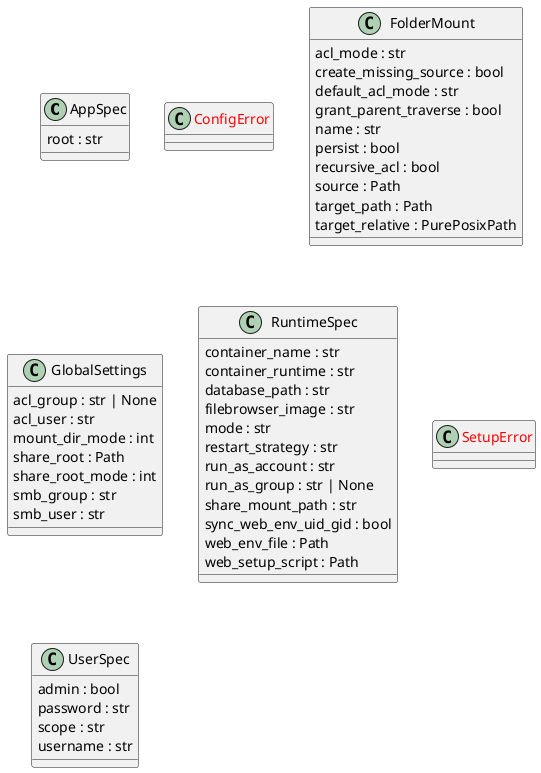
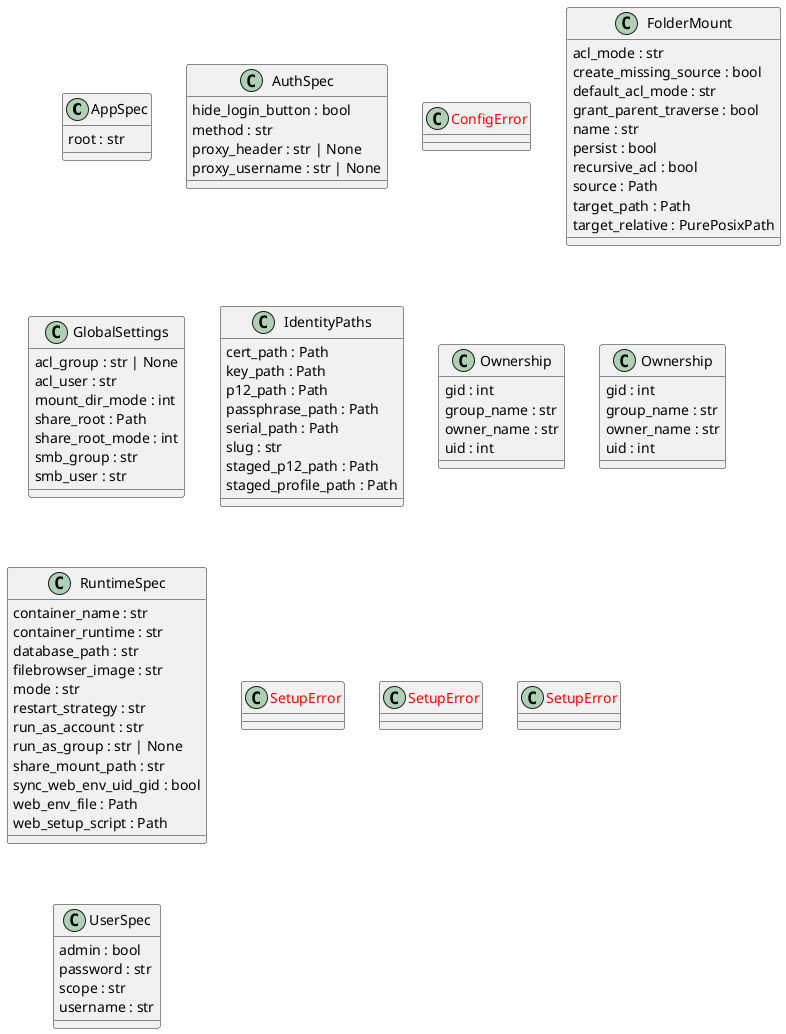
@startuml classes_snowbridge
set namespaceSeparator none
class "AppSpec" as setup_filebrowser_access.AppSpec {
  root : str
+ }
+ class "AuthSpec" as setup_filebrowser_access.AuthSpec {
+   hide_login_button : bool
+   method : str
+   proxy_header : str | None
+   proxy_username : str | None
}
class "<color:red>ConfigError</color>" as setup_bind_share.ConfigError {
}
class "FolderMount" as setup_bind_share.FolderMount {
  acl_mode : str
  create_missing_source : bool
  default_acl_mode : str
  grant_parent_traverse : bool
  name : str
  persist : bool
  recursive_acl : bool
  source : Path
  target_path : Path
  target_relative : PurePosixPath
}
class "GlobalSettings" as setup_bind_share.GlobalSettings {
  acl_group : str | None
  acl_user : str
  mount_dir_mode : int
  share_root : Path
  share_root_mode : int
  smb_group : str
  smb_user : str
}
+ class "IdentityPaths" as export_caddy_mtls_profile.IdentityPaths {
+   cert_path : Path
+   key_path : Path
+   p12_path : Path
+   passphrase_path : Path
+   serial_path : Path
+   slug : str
+   staged_p12_path : Path
+   staged_profile_path : Path
+ }
+ class "Ownership" as export_caddy_mtls_profile.Ownership {
+   gid : int
+   group_name : str
+   owner_name : str
+   uid : int
+ }
+ class "Ownership" as export_caddy_root_profile.Ownership {
+   gid : int
+   group_name : str
+   owner_name : str
+   uid : int
+ }
class "RuntimeSpec" as setup_filebrowser_access.RuntimeSpec {
  container_name : str
  container_runtime : str
  database_path : str
  filebrowser_image : str
  mode : str
  restart_strategy : str
  run_as_account : str
  run_as_group : str | None
  share_mount_path : str
  sync_web_env_uid_gid : bool
  web_env_file : Path
  web_setup_script : Path
}
+ class "<color:red>SetupError</color>" as export_caddy_mtls_profile.SetupError {
+ }
+ class "<color:red>SetupError</color>" as export_caddy_root_profile.SetupError {
+ }
class "<color:red>SetupError</color>" as setup_filebrowser_access.SetupError {
}
class "UserSpec" as setup_filebrowser_access.UserSpec {
  admin : bool
  password : str
  scope : str
  username : str
}
@enduml
